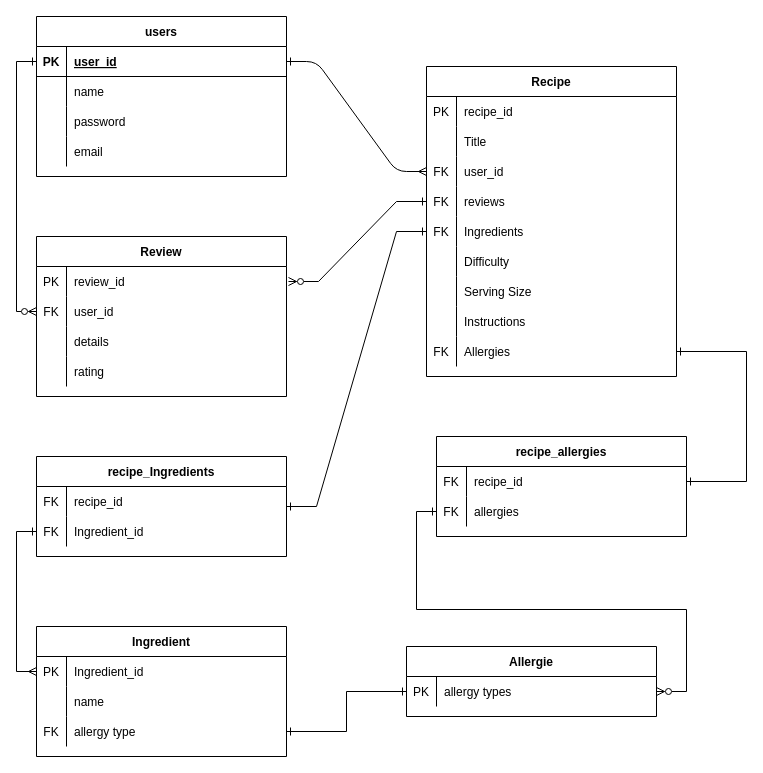
Earlier version of the draw.io diagram Recipe_api.drawio (BenDavies1218/BenjaminDavies_T2A2). Source tidied: cells renumbered, new cells numbered last; positions are measured from the earlier drawing's top-left corner, leaving out a move shared by most shapes. Both pictures are drawn from the tidied source at 100%, with x=0, y=0 at pixel (36, 16).
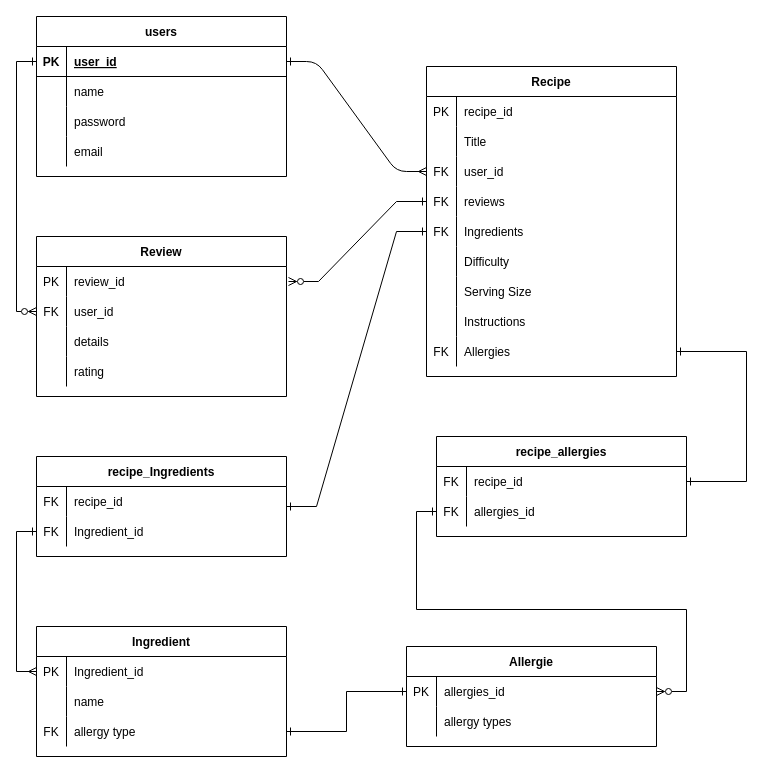
The same diagram, later.

Unchanged cells that the change refers to:
```xml
<mxCell id="68" style="shape=partialRectangle;fillColor=none;points=[[0,0.5],[1,0.5]];portConstraint=eastwest;top=0;left=0;right=0;bottom=0;" parent="67" vertex="1">
  <mxGeometry y="30" width="250" height="30" as="geometry" />
</mxCell>
<mxCell id="75" style="shape=partialRectangle;fillColor=none;points=[[0,0.5],[1,0.5]];portConstraint=eastwest;top=0;left=0;right=0;bottom=0;" parent="71" vertex="1">
  <mxGeometry y="60" width="250" height="30" as="geometry" />
</mxCell>
```

Diff of the diagram source:
```diff
@@
     <mxCell id="67" value="Allergie" style="shape=table;startSize=30;childLayout=tableLayout;rowLines=0;fontStyle=1;align=center;" parent="1" vertex="1">
-      <mxGeometry x="370" y="630" width="250" height="70" as="geometry" />
+      <mxGeometry x="370" y="630" width="250" height="100" as="geometry" />
     </mxCell>
@@
-    <mxCell id="70" value="allergy types" style="shape=partialRectangle;overflow=hidden;fillColor=none;top=0;left=0;bottom=0;right=0;align=left;spacingLeft=6;" parent="68" vertex="1">
+    <mxCell id="70" value="allergies_id" style="shape=partialRectangle;overflow=hidden;fillColor=none;top=0;left=0;bottom=0;right=0;align=left;spacingLeft=6;" parent="68" vertex="1">
       <mxGeometry x="30" width="220" height="30" as="geometry" />
     </mxCell>
+    <mxCell id="92" style="shape=partialRectangle;fillColor=none;top=0;left=0;right=0;bottom=0;" parent="67" vertex="1">
+      <mxGeometry y="60" width="250" height="30" as="geometry" />
+    </mxCell>
+    <mxCell id="93" style="shape=partialRectangle;overflow=hidden;fillColor=none;top=0;left=0;bottom=0;right=0;" parent="92" vertex="1">
+      <mxGeometry width="30" height="30" as="geometry" />
+    </mxCell>
+    <mxCell id="94" value="allergy types" style="shape=partialRectangle;overflow=hidden;fillColor=none;top=0;left=0;bottom=0;right=0;align=left;spacingLeft=6;" parent="92" vertex="1">
+      <mxGeometry x="30" width="220" height="30" as="geometry" />
+    </mxCell>
@@
-    <mxCell id="77" value="allergies" style="shape=partialRectangle;overflow=hidden;fillColor=none;top=0;left=0;bottom=0;right=0;align=left;spacingLeft=6;" parent="75" vertex="1">
+    <mxCell id="77" value="allergies_id" style="shape=partialRectangle;overflow=hidden;fillColor=none;top=0;left=0;bottom=0;right=0;align=left;spacingLeft=6;" parent="75" vertex="1">
       <mxGeometry x="30" width="220" height="30" as="geometry" />
     </mxCell>
```
